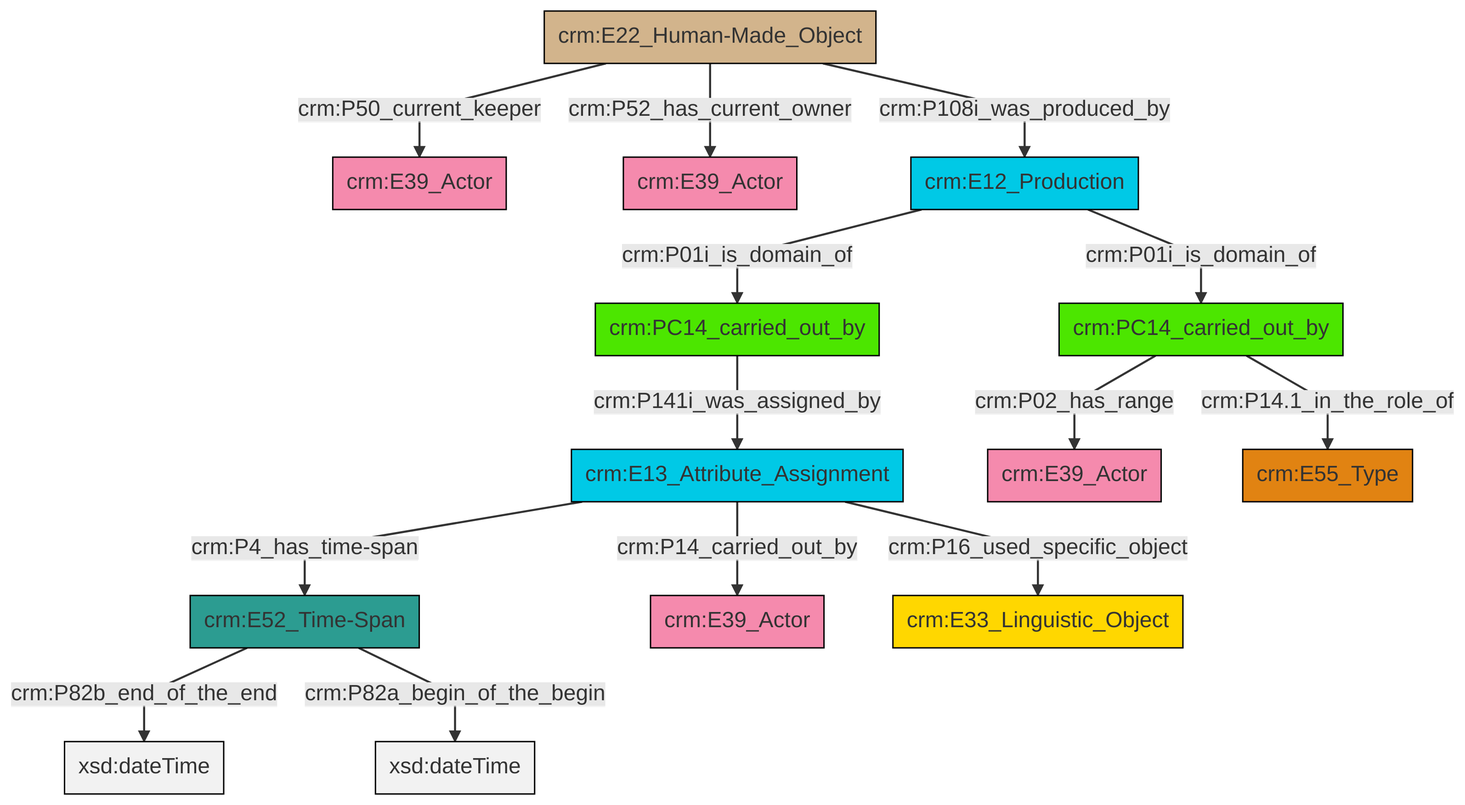
The Mermaid diagram et/carrierCSV/ttl/mmd/png/carrier_relations.png in swiss-art-research-net/docs.swissartresearch, before a commit. Its source is kept beside it as et/carrierCSV/ttl/mmd/carrier_relations.ttl.mmd.
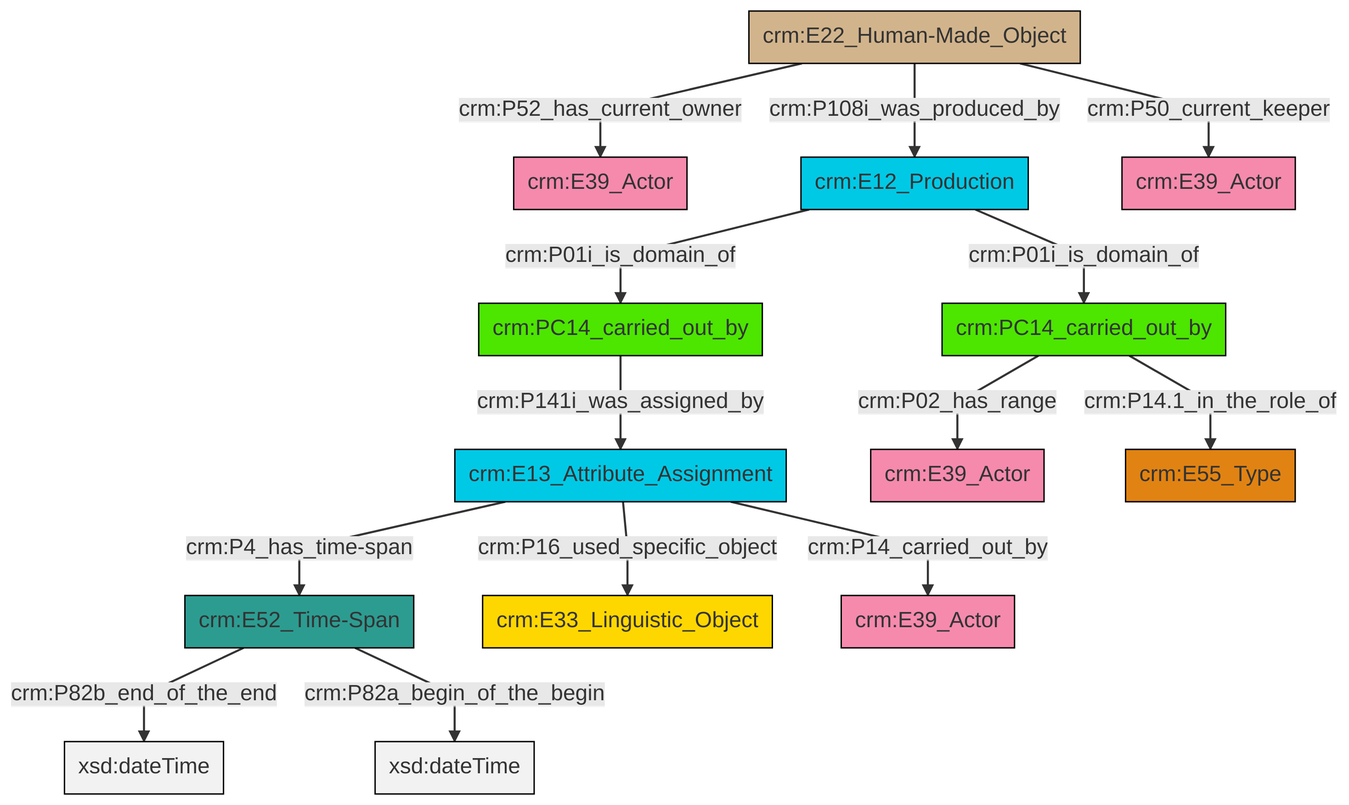
Later version of the same file.

Change to the diagram source:
```diff
@@ -13,16 +13,16 @@
 classDef PC_Classes fill:#4ce600, stroke:#000000;
 classDef Multi fill:#cccccc,stroke:#000000;
 
-2["crm:E52_Time-Span"]:::Time-Span -->|crm:P82b_end_of_the_end| 3[xsd:dateTime]:::Literal
-6["crm:E12_Production"]:::Temporal_Entity -->|crm:P01i_is_domain_of| 7["crm:PC14_carried_out_by"]:::PC_Classes
-9["crm:E22_Human-Made_Object"]:::Physical_Thing -->|crm:P108i_was_produced_by| 6["crm:E12_Production"]:::Temporal_Entity
-7["crm:PC14_carried_out_by"]:::PC_Classes -->|crm:P141i_was_assigned_by| 12["crm:E13_Attribute_Assignment"]:::Temporal_Entity
-10["crm:PC14_carried_out_by"]:::PC_Classes -->|crm:P02_has_range| 14["crm:E39_Actor"]:::Actor
-9["crm:E22_Human-Made_Object"]:::Physical_Thing -->|crm:P50_current_keeper| 0["crm:E39_Actor"]:::Actor
-9["crm:E22_Human-Made_Object"]:::Physical_Thing -->|crm:P52_has_current_owner| 4["crm:E39_Actor"]:::Actor
-12["crm:E13_Attribute_Assignment"]:::Temporal_Entity -->|crm:P14_carried_out_by| 18["crm:E39_Actor"]:::Actor
-12["crm:E13_Attribute_Assignment"]:::Temporal_Entity -->|crm:P16_used_specific_object| 20["crm:E33_Linguistic_Object"]:::Conceptual_Object
-6["crm:E12_Production"]:::Temporal_Entity -->|crm:P01i_is_domain_of| 10["crm:PC14_carried_out_by"]:::PC_Classes
-10["crm:PC14_carried_out_by"]:::PC_Classes -->|crm:P14.1_in_the_role_of| 23["crm:E55_Type"]:::Type
-12["crm:E13_Attribute_Assignment"]:::Temporal_Entity -->|crm:P4_has_time-span| 2["crm:E52_Time-Span"]:::Time-Span
-2["crm:E52_Time-Span"]:::Time-Span -->|crm:P82a_begin_of_the_begin| 25[xsd:dateTime]:::Literal
+2["crm:E13_Attribute_Assignment"]:::Temporal_Entity -->|crm:P4_has_time-span| 3["crm:E52_Time-Span"]:::Time-Span
+8["crm:E12_Production"]:::Temporal_Entity -->|crm:P01i_is_domain_of| 4["crm:PC14_carried_out_by"]:::PC_Classes
+4["crm:PC14_carried_out_by"]:::PC_Classes -->|crm:P141i_was_assigned_by| 2["crm:E13_Attribute_Assignment"]:::Temporal_Entity
+2["crm:E13_Attribute_Assignment"]:::Temporal_Entity -->|crm:P16_used_specific_object| 9["crm:E33_Linguistic_Object"]:::Conceptual_Object
+12["crm:PC14_carried_out_by"]:::PC_Classes -->|crm:P14.1_in_the_role_of| 13["crm:E55_Type"]:::Type
+12["crm:PC14_carried_out_by"]:::PC_Classes -->|crm:P02_has_range| 6["crm:E39_Actor"]:::Actor
+16["crm:E22_Human-Made_Object"]:::Physical_Thing -->|crm:P52_has_current_owner| 0["crm:E39_Actor"]:::Actor
+16["crm:E22_Human-Made_Object"]:::Physical_Thing -->|crm:P50_current_keeper| 10["crm:E39_Actor"]:::Actor
+2["crm:E13_Attribute_Assignment"]:::Temporal_Entity -->|crm:P14_carried_out_by| 18["crm:E39_Actor"]:::Actor
+3["crm:E52_Time-Span"]:::Time-Span -->|crm:P82b_end_of_the_end| 19[xsd:dateTime]:::Literal
+3["crm:E52_Time-Span"]:::Time-Span -->|crm:P82a_begin_of_the_begin| 20[xsd:dateTime]:::Literal
+8["crm:E12_Production"]:::Temporal_Entity -->|crm:P01i_is_domain_of| 12["crm:PC14_carried_out_by"]:::PC_Classes
+16["crm:E22_Human-Made_Object"]:::Physical_Thing -->|crm:P108i_was_produced_by| 8["crm:E12_Production"]:::Temporal_Entity
```
